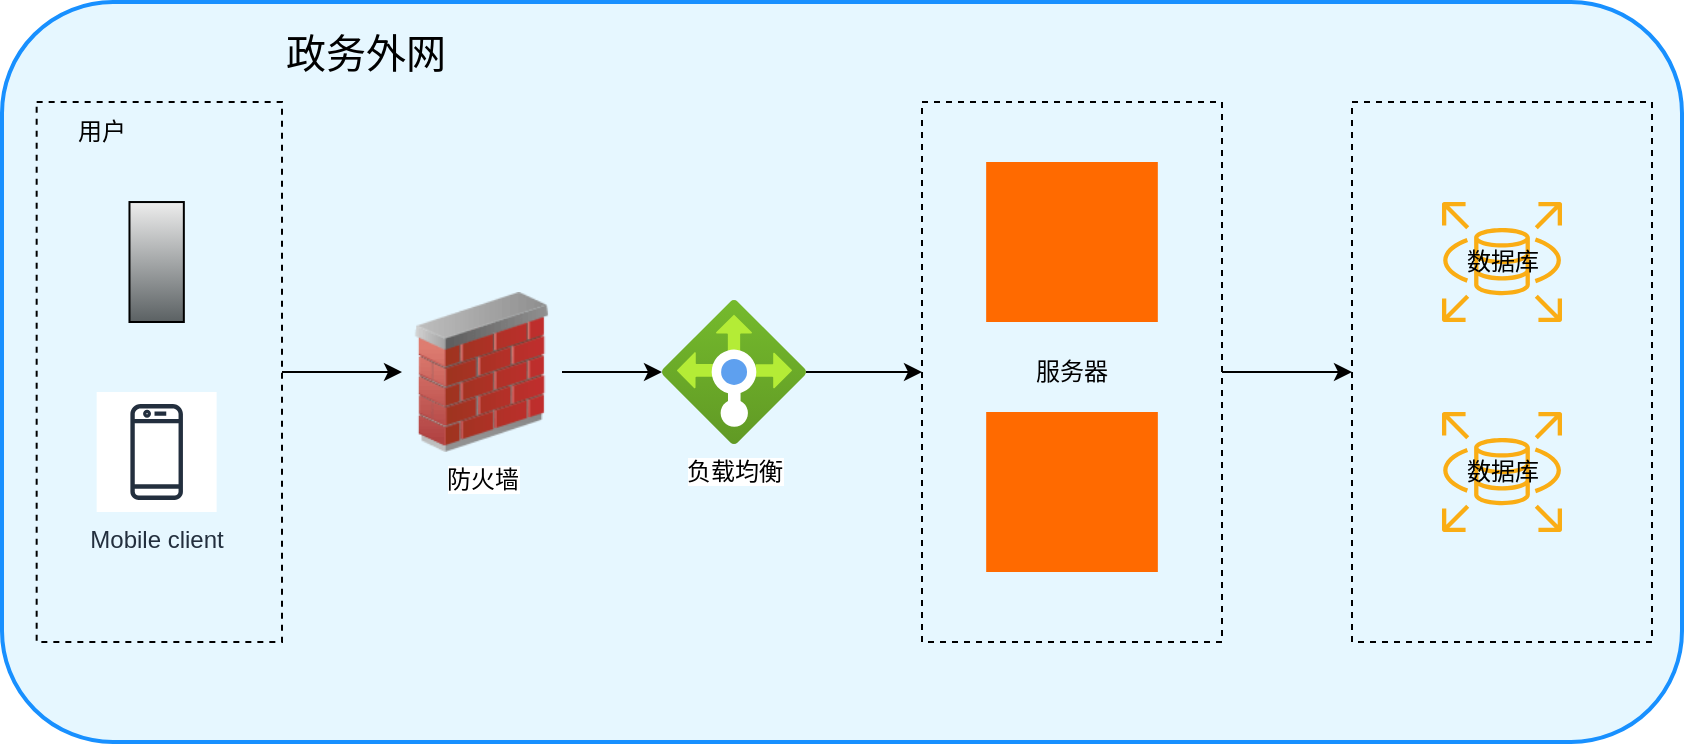
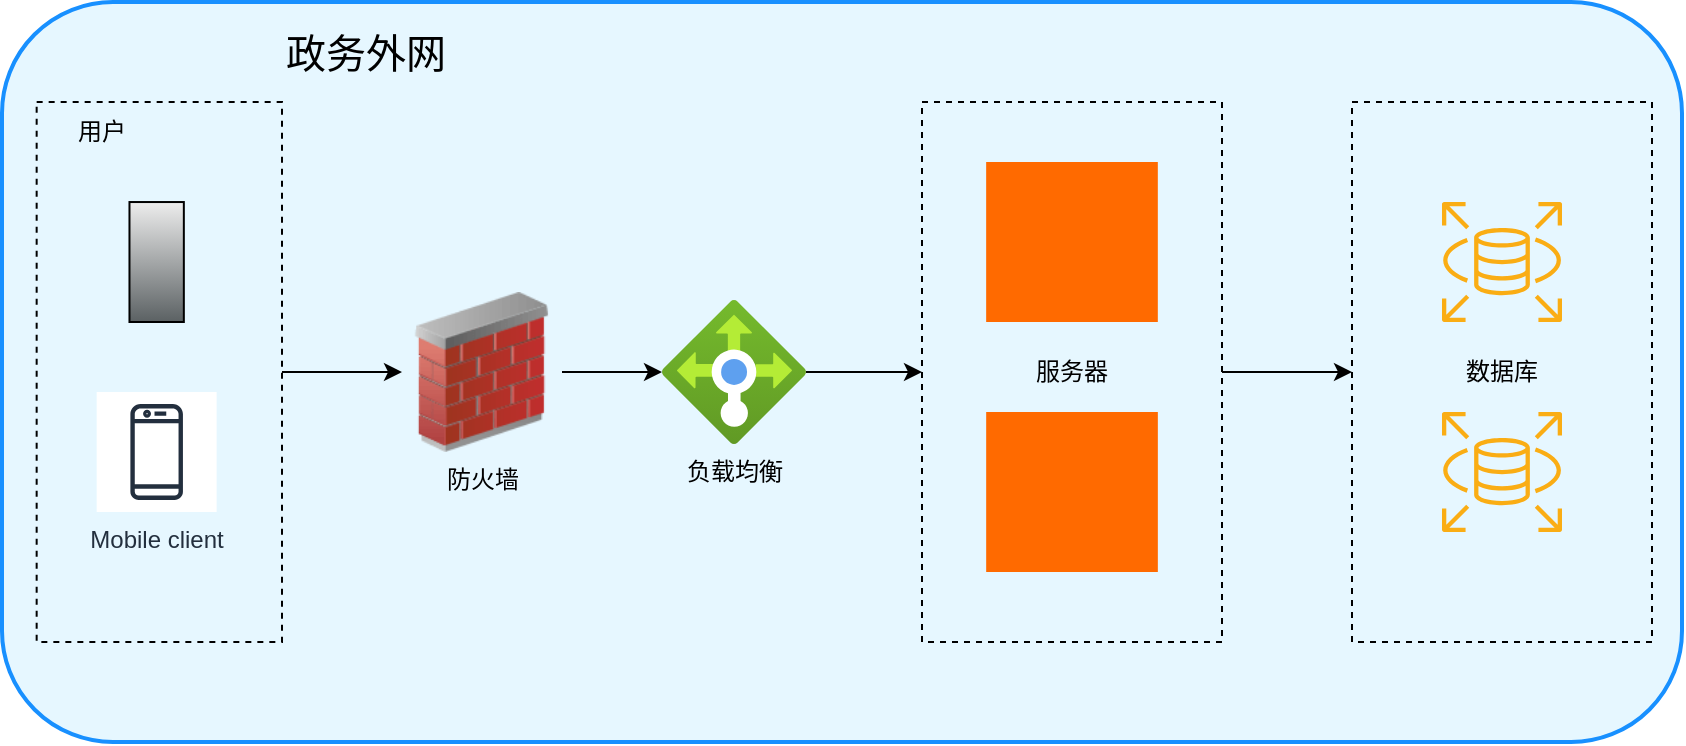
<mxfile host="app.diagrams.net">
  <diagram name="政务内网架构图" id="5ZzNL0nc71fbL6efcmwA">
    <mxGraphModel dx="956" dy="546" grid="1" gridSize="10" guides="1" tooltips="1" connect="1" arrows="1" fold="1" page="1" pageScale="1" pageWidth="827" pageHeight="1169" math="0" shadow="0">
      <root>
        <mxCell id="0" />
        <mxCell id="1" parent="0" />
-         <mxCell id="gMykm4wZNnXbt2Ieekzt-1" parent="1" style="rounded=1;whiteSpace=wrap;html=1;fillColor=#e6f7ff;strokeColor=#1890ff;strokeWidth=2;" value="" vertex="1">
+         <mxCell id="gMykm4wZNnXbt2Ieekzt-1" parent="1" style="rounded=1;whiteSpace=wrap;html=1;fillColor=light-dark(#E6F7FF,#FFFFFF);strokeColor=#1890ff;strokeWidth=2;" value="" vertex="1">
          <mxGeometry height="370" width="840" x="430" y="150" as="geometry" />
        </mxCell>
        <mxCell id="gMykm4wZNnXbt2Ieekzt-19" edge="1" parent="1" source="gMykm4wZNnXbt2Ieekzt-17" style="edgeStyle=orthogonalEdgeStyle;rounded=0;orthogonalLoop=1;jettySize=auto;html=1;strokeColor=light-dark(#000000,#000000);" target="gMykm4wZNnXbt2Ieekzt-18">
          <mxGeometry relative="1" as="geometry" />
        </mxCell>
-         <mxCell id="gMykm4wZNnXbt2Ieekzt-17" parent="1" style="rounded=0;whiteSpace=wrap;html=1;fillColor=none;strokeColor=light-dark(#000000,#000000);dashed=1;" value="服务器" vertex="1">
+         <mxCell id="gMykm4wZNnXbt2Ieekzt-17" parent="1" style="rounded=0;whiteSpace=wrap;html=1;fillColor=none;strokeColor=light-dark(#000000,#000000);dashed=1;" value="&lt;font style=&quot;color: light-dark(rgb(0, 0, 0), rgb(0, 0, 0));&quot;&gt;服务器&lt;/font&gt;" vertex="1">
          <mxGeometry height="270" width="150" x="890" y="200" as="geometry" />
        </mxCell>
-         <mxCell id="gMykm4wZNnXbt2Ieekzt-18" parent="1" style="rounded=0;whiteSpace=wrap;html=1;fillColor=none;strokeColor=light-dark(#000000,#000000);dashed=1;" value="" vertex="1">
+         <mxCell id="gMykm4wZNnXbt2Ieekzt-18" parent="1" style="rounded=0;whiteSpace=wrap;html=1;fillColor=none;strokeColor=light-dark(#000000,#000000);dashed=1;" value="&lt;font style=&quot;color: light-dark(rgb(0, 0, 0), rgb(0, 0, 0));&quot;&gt;数据库&lt;/font&gt;" vertex="1">
          <mxGeometry height="270" width="150" x="1105" y="200" as="geometry" />
        </mxCell>
-         <mxCell id="gMykm4wZNnXbt2Ieekzt-7" parent="1" style="shape=mxgraph.aws4.rds;html=1;strokeColor=#000000;fillColor=#faad14;" value="数据库" vertex="1">
+         <mxCell id="gMykm4wZNnXbt2Ieekzt-7" parent="1" style="shape=mxgraph.aws4.rds;html=1;strokeColor=#000000;fillColor=#faad14;" value="" vertex="1">
          <mxGeometry height="60" width="60" x="1150" y="250" as="geometry" />
        </mxCell>
-         <mxCell id="gMykm4wZNnXbt2Ieekzt-16" parent="1" style="shape=mxgraph.aws4.rds;html=1;strokeColor=#000000;fillColor=#faad14;" value="数据库" vertex="1">
+         <mxCell id="gMykm4wZNnXbt2Ieekzt-16" parent="1" style="shape=mxgraph.aws4.rds;html=1;strokeColor=#000000;fillColor=#faad14;" value="" vertex="1">
          <mxGeometry height="60" width="60" x="1150" y="355" as="geometry" />
        </mxCell>
        <mxCell id="gMykm4wZNnXbt2Ieekzt-32" edge="1" parent="1" source="gMykm4wZNnXbt2Ieekzt-26" style="edgeStyle=orthogonalEdgeStyle;rounded=0;orthogonalLoop=1;jettySize=auto;html=1;entryX=0;entryY=0.5;entryDx=0;entryDy=0;strokeColor=light-dark(#000000,#000000);" target="gMykm4wZNnXbt2Ieekzt-31">
          <mxGeometry relative="1" as="geometry" />
        </mxCell>
        <mxCell id="gMykm4wZNnXbt2Ieekzt-26" parent="1" style="rounded=0;whiteSpace=wrap;html=1;fillColor=none;strokeColor=light-dark(#000000,#000000);dashed=1;" value="" vertex="1">
          <mxGeometry height="270" width="122.67" x="447.33" y="200" as="geometry" />
        </mxCell>
        <mxCell id="gMykm4wZNnXbt2Ieekzt-23" parent="1" style="shape=mxgraph.networks2.icon;aspect=fixed;fillColor=#EDEDED;strokeColor=#000000;gradientColor=#5B6163;network2IconShadow=1;network2bgFillColor=none;labelPosition=center;verticalLabelPosition=bottom;align=center;verticalAlign=top;network2Icon=mxgraph.networks2.desktop_pc;network2IconXOffset=-0.0034;network2IconYOffset=0.00035;network2IconW=0.453;network2IconH=0.9995;" value="" vertex="1">
          <mxGeometry height="59.98" width="27.18" x="493.74" y="250.01999999999998" as="geometry" />
        </mxCell>
        <mxCell id="gMykm4wZNnXbt2Ieekzt-25" parent="1" style="sketch=0;outlineConnect=0;fontColor=#232F3E;gradientColor=none;strokeColor=#232F3E;fillColor=#ffffff;dashed=0;verticalLabelPosition=bottom;verticalAlign=top;align=center;html=1;fontSize=12;fontStyle=0;aspect=fixed;shape=mxgraph.aws4.resourceIcon;resIcon=mxgraph.aws4.mobile_client;" value="Mobile client" vertex="1">
          <mxGeometry height="60" width="60" x="477.33" y="345" as="geometry" />
        </mxCell>
-         <mxCell id="gMykm4wZNnXbt2Ieekzt-27" parent="1" style="text;html=1;whiteSpace=wrap;strokeColor=none;fillColor=none;align=left;verticalAlign=middle;rounded=0;fontSize=20;" value="政务外网" vertex="1">
+         <mxCell id="gMykm4wZNnXbt2Ieekzt-27" parent="1" style="text;html=1;whiteSpace=wrap;strokeColor=none;fillColor=none;align=left;verticalAlign=middle;rounded=0;fontSize=20;fontColor=light-dark(#000000,#000000);" value="政务外网" vertex="1">
          <mxGeometry height="50" width="170" x="570" y="150" as="geometry" />
        </mxCell>
-         <mxCell id="gMykm4wZNnXbt2Ieekzt-28" parent="1" style="text;html=1;whiteSpace=wrap;strokeColor=none;fillColor=none;align=center;verticalAlign=middle;rounded=0;" value="用户" vertex="1">
+         <mxCell id="gMykm4wZNnXbt2Ieekzt-28" parent="1" style="text;html=1;whiteSpace=wrap;strokeColor=none;fillColor=none;align=center;verticalAlign=middle;rounded=0;fontColor=light-dark(#000000,#000000);" value="用户" vertex="1">
          <mxGeometry height="30" width="60" x="450" y="200" as="geometry" />
        </mxCell>
        <mxCell id="gMykm4wZNnXbt2Ieekzt-35" edge="1" parent="1" source="gMykm4wZNnXbt2Ieekzt-31" style="edgeStyle=orthogonalEdgeStyle;rounded=0;orthogonalLoop=1;jettySize=auto;html=1;strokeColor=light-dark(#000000,#000000);" target="gMykm4wZNnXbt2Ieekzt-34">
          <mxGeometry relative="1" as="geometry" />
        </mxCell>
-         <mxCell id="gMykm4wZNnXbt2Ieekzt-31" parent="1" style="image;html=1;image=img/lib/clip_art/networking/Firewall_02_128x128.png" value="防火墙" vertex="1">
+         <mxCell id="gMykm4wZNnXbt2Ieekzt-31" parent="1" style="image;html=1;image=img/lib/clip_art/networking/Firewall_02_128x128.png;labelBackgroundColor=none;" value="&lt;span style=&quot;&quot;&gt;&lt;font style=&quot;color: light-dark(rgb(0, 0, 0), rgb(0, 0, 0));&quot;&gt;防火墙&lt;/font&gt;&lt;/span&gt;" vertex="1">
          <mxGeometry height="80" width="80" x="630" y="295" as="geometry" />
        </mxCell>
        <mxCell id="gMykm4wZNnXbt2Ieekzt-37" edge="1" parent="1" source="gMykm4wZNnXbt2Ieekzt-34" style="edgeStyle=orthogonalEdgeStyle;rounded=0;orthogonalLoop=1;jettySize=auto;html=1;entryX=0;entryY=0.5;entryDx=0;entryDy=0;strokeColor=light-dark(#000000,#000000);" target="gMykm4wZNnXbt2Ieekzt-17">
          <mxGeometry relative="1" as="geometry" />
        </mxCell>
-         <mxCell id="gMykm4wZNnXbt2Ieekzt-34" parent="1" style="image;aspect=fixed;html=1;points=[];align=center;fontSize=12;image=img/lib/azure2/networking/Load_Balancers.svg;" value="负载均衡" vertex="1">
+         <mxCell id="gMykm4wZNnXbt2Ieekzt-34" parent="1" style="image;aspect=fixed;html=1;points=[];align=center;fontSize=12;image=img/lib/azure2/networking/Load_Balancers.svg;fontColor=light-dark(#000000,#000000);labelBackgroundColor=none;" value="&lt;span style=&quot;&quot;&gt;负载&lt;/span&gt;&lt;span&gt;均衡&lt;/span&gt;" vertex="1">
          <mxGeometry height="72" width="72" x="760" y="299" as="geometry" />
        </mxCell>
        <mxCell id="gMykm4wZNnXbt2Ieekzt-38" parent="1" style="points=[];aspect=fixed;html=1;align=center;shadow=0;dashed=0;fillColor=#FF6A00;strokeColor=none;shape=mxgraph.alibaba_cloud.ecs_elastic_compute_service;" value="" vertex="1">
          <mxGeometry height="80" width="85.83" x="922.08" y="230" as="geometry" />
        </mxCell>
        <mxCell id="gMykm4wZNnXbt2Ieekzt-39" parent="1" style="points=[];aspect=fixed;html=1;align=center;shadow=0;dashed=0;fillColor=#FF6A00;strokeColor=none;shape=mxgraph.alibaba_cloud.ecs_elastic_compute_service;" value="" vertex="1">
          <mxGeometry height="80" width="85.83" x="922.09" y="355" as="geometry" />
        </mxCell>
      </root>
    </mxGraphModel>
  </diagram>
</mxfile>
